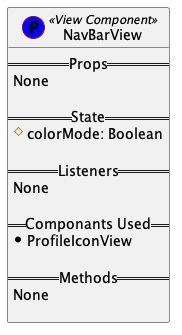
grid-rider/Computer_Science_IA_EntrySystem_Website keeps this PlantUML diagram as entry_system_website/UML_Diagrams/Views/NavBarView.png. Above is the earlier version.
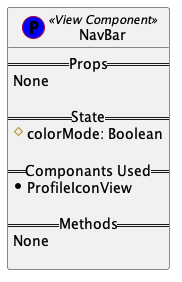
Later version of the same file.

The edit, as a diff of the source:
```diff
@@ -1,14 +1,11 @@
 @startuml
 
-class NavBarView << (P,blue) View Component>> {
+class NavBar << (P,blue) View Component>> {
     == Props ==
      None
 
     == State ==
      #colorMode: Boolean
-
-    == Listeners ==
-    None
 
     == Componants Used ==
      *ProfileIconView
```
